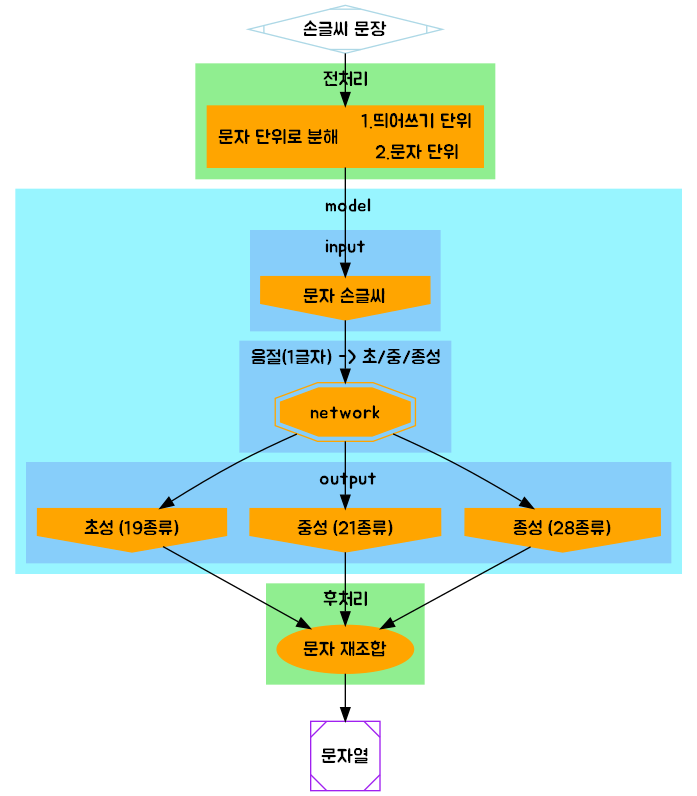
star14ms/Korean-Handwriting-Detection keeps this Graphviz diagram as roadmap/way3.png. Above is the earlier version. Its source is kept beside it as roadmap/way3.dot. Source of this version:
```dot

digraph G {
	fontname="BM JUA_TTF,Helvetica,Arial,sans-serif"
	node [fontname="BM JUA_TTF,Helvetica,Arial,sans-serif", style=filled]
	edge [fontname="BM JUA_TTF,Helvetica,Arial,sans-serif"]

	start [label="손글씨 문장", shape=Mdiamond, style="solid", color="lightblue"];
	end [label="문자열", shape=Msquare, style="solid", color="purple"];

    subgraph cluster_pre_processing {
		style=filled;
		color=lightgreen;
		node [style=filled,color=white];
        decomposition [label="문자 단위로 분해 | { 1.띄어쓰기 단위 | 2.문자 단위 }", color=orange, shape=record]
		label="전처리";
	}

    subgraph cluster_model {
		style=filled;
		color=cadetblue1;
		label="model";
		rankdir="TB";

		subgraph cluster_input {
	    	style=filled;
			color=lightskyblue;
	    	node [style=filled,color=white];
            input [label="문자 손글씨", color=orange, shape=invhouse]
	    	label="input";
	    }

	    subgraph cluster_network {
	    	style=filled;
			color=lightskyblue;
	    	node [style=filled,color=white];
            network [label="network", color=orange, shape="doubleoctagon"]
	    	label="음절(1글자) -> 초/중/종성";
	    }

	    subgraph cluster_output {
	    	style=filled;
			color=lightskyblue;
	    	node [style=filled,color=white];
            output_3 [label="종성 (28종류)", color=orange, shape=invhouse]
            output_2 [label="중성 (21종류)", color=orange, shape=invhouse]
            output_1 [label="초성 (19종류)", color=orange, shape=invhouse]
	    	label="output";
	    }
	}

    subgraph cluster_post_processing {
		style=filled;
		color=lightgreen;
		node [style=filled,color=white];
        recombination [label="문자 재조합", color=orange]
		label="후처리";
	}

	start -> decomposition
	-> input -> network -> output_1, output_2, output_3
	-> recombination -> end;
}
```
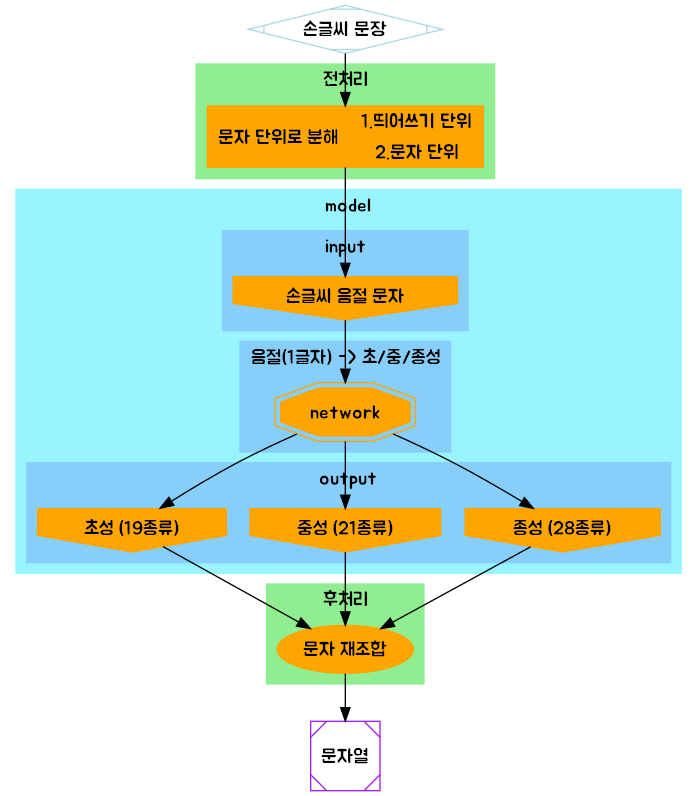
After the commit.

What changed in the source:
```diff
@@ -25,7 +25,7 @@
 	    	style=filled;
 			color=lightskyblue;
 	    	node [style=filled,color=white];
-            input [label="문자 손글씨", color=orange, shape=invhouse]
+            input [label="손글씨 음절 문자", color=orange, shape=invhouse]
 	    	label="input";
 	    }
 
```
